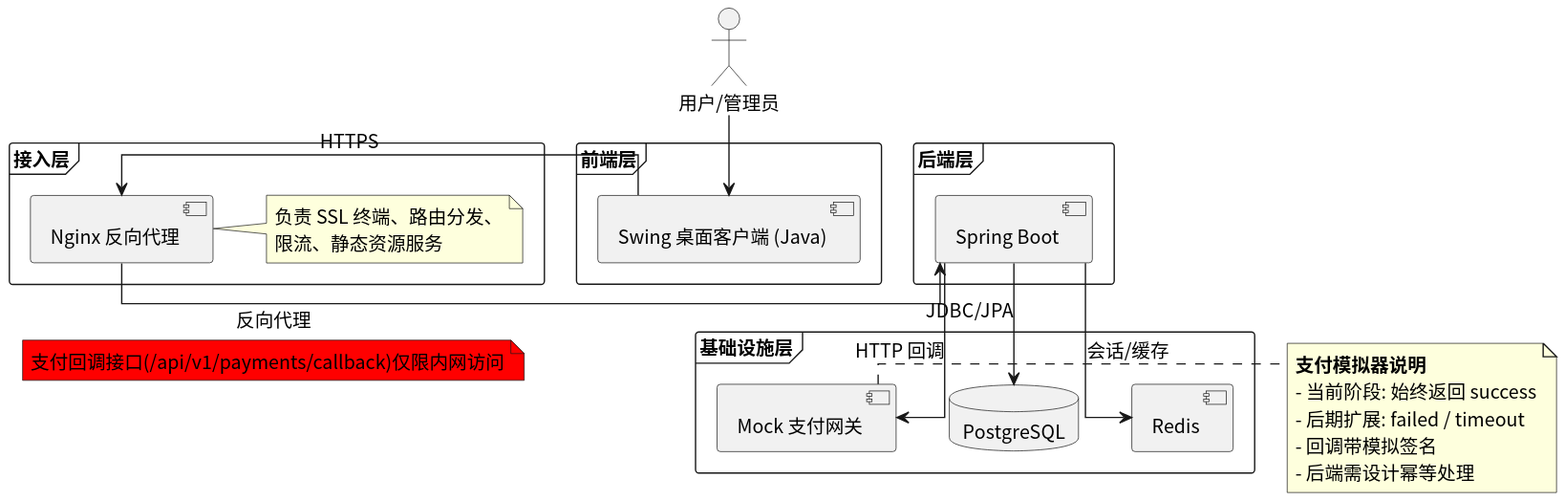
Before: usecase/docs/containerd/img/deployment_overview.svg, a diagram exported from PlantUML (greenhandzdl/charging-station-doc).
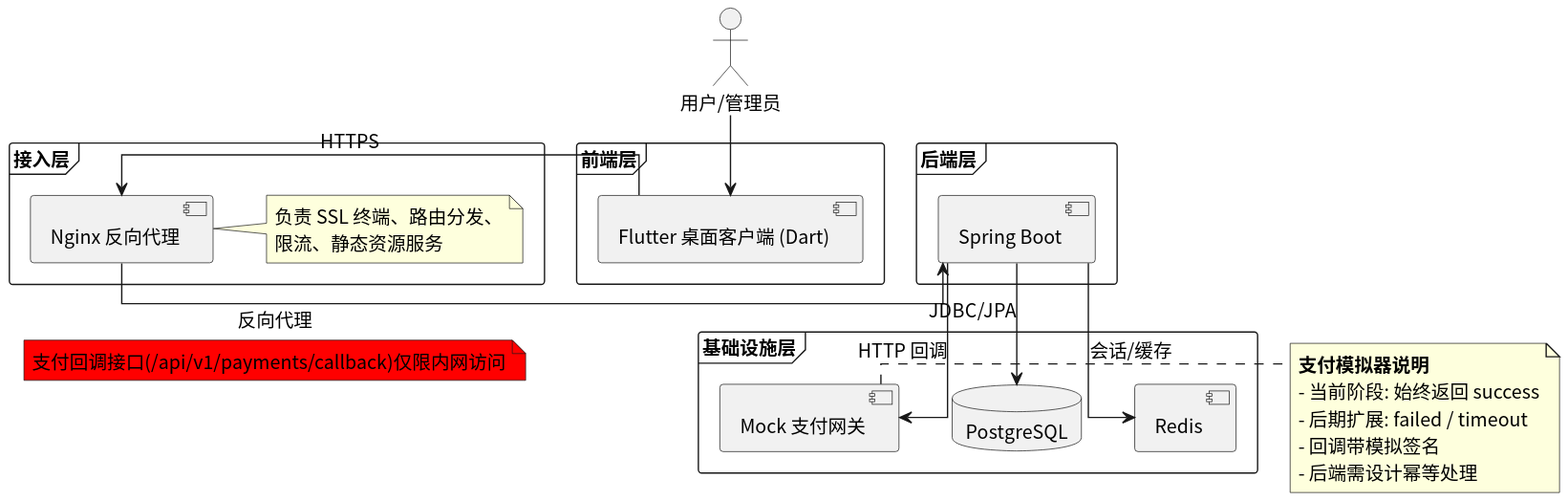
After the commit.

What changed in the source:
```diff
@@ -6,7 +6,7 @@
 actor "用户/管理员" as UA
 
 frame "前端层" {
-  component "Swing 桌面客户端 (Java)" as FE
+  component "Flutter 桌面客户端 (Dart)" as FE
 }
 
 frame "接入层" {
```
